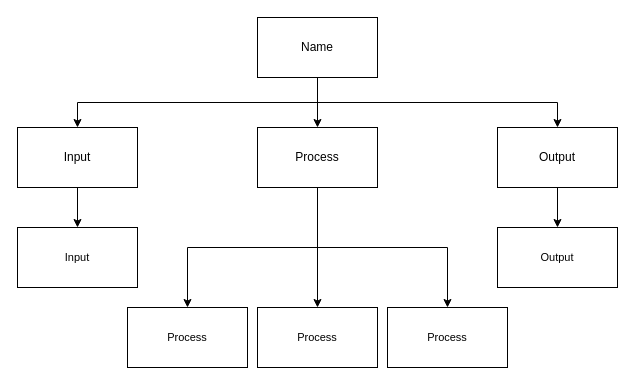
Above: design.drawio in Aleksandr-Ten/ICS3U-Assignment-3-Python (draw.io), before the change. Source tidied: cells renumbered, new cells numbered last; positions are measured from the earlier drawing's top-left corner, leaving out a move shared by most shapes. Both pictures are drawn from the tidied source at 100%, with x=0, y=0 at pixel (17, 17).
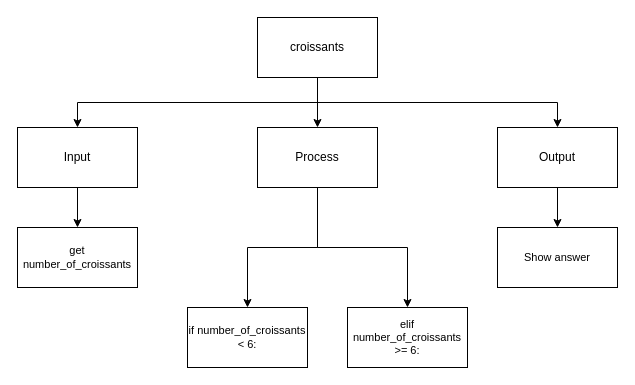
Above is the later version.

Diff of the diagram source:
```diff
@@
 <mxGraphModel>
   <root>
     <mxCell id="0" />
     <mxCell id="1" parent="0" />
     <mxCell id="2" style="edgeStyle=none;html=1;exitX=0.5;exitY=1;exitDx=0;exitDy=0;entryX=0.5;entryY=0;entryDx=0;entryDy=0;" parent="1" edge="1" source="5" target="9">
       <mxGeometry relative="1" as="geometry" />
     </mxCell>
     <mxCell id="3" style="edgeStyle=orthogonalEdgeStyle;html=1;exitX=0.5;exitY=1;exitDx=0;exitDy=0;entryX=0.5;entryY=0;entryDx=0;entryDy=0;rounded=0;" parent="1" edge="1" source="5" target="11">
       <mxGeometry relative="1" as="geometry" />
     </mxCell>
     <mxCell id="4" style="edgeStyle=orthogonalEdgeStyle;shape=connector;rounded=0;html=1;labelBackgroundColor=default;fontFamily=Helvetica;fontSize=11;fontColor=default;endArrow=classic;strokeColor=default;exitX=0.5;exitY=1;exitDx=0;exitDy=0;" parent="1" edge="1" source="5" target="13">
       <mxGeometry relative="1" as="geometry" />
     </mxCell>
-    <mxCell id="5" value="Name" style="rounded=0;whiteSpace=wrap;html=1;" parent="1" vertex="1">
+    <mxCell id="5" value="croissants" style="rounded=0;whiteSpace=wrap;html=1;" parent="1" vertex="1">
       <mxGeometry x="240" width="120" height="60" as="geometry" />
     </mxCell>
     <mxCell id="6" style="edgeStyle=orthogonalEdgeStyle;shape=connector;rounded=0;html=1;labelBackgroundColor=default;fontFamily=Helvetica;fontSize=11;fontColor=default;endArrow=classic;strokeColor=default;" parent="1" edge="1" source="9" target="16">
       <mxGeometry relative="1" as="geometry" />
     </mxCell>
     <mxCell id="7" style="edgeStyle=orthogonalEdgeStyle;shape=connector;rounded=0;html=1;exitX=0.5;exitY=1;exitDx=0;exitDy=0;labelBackgroundColor=default;fontFamily=Helvetica;fontSize=11;fontColor=default;endArrow=classic;strokeColor=default;" parent="1" edge="1" source="9" target="15">
       <mxGeometry relative="1" as="geometry" />
     </mxCell>
-    <mxCell id="8" style="edgeStyle=orthogonalEdgeStyle;shape=connector;rounded=0;html=1;exitX=0.5;exitY=1;exitDx=0;exitDy=0;labelBackgroundColor=default;fontFamily=Helvetica;fontSize=11;fontColor=default;endArrow=classic;strokeColor=default;" parent="1" edge="1" source="9" target="17">
-      <mxGeometry relative="1" as="geometry" />
-    </mxCell>
     <mxCell id="9" value="Process" style="rounded=0;whiteSpace=wrap;html=1;" parent="1" vertex="1">
       <mxGeometry x="240" y="110" width="120" height="60" as="geometry" />
     </mxCell>
     <mxCell id="10" style="edgeStyle=orthogonalEdgeStyle;shape=connector;rounded=0;html=1;exitX=0.5;exitY=1;exitDx=0;exitDy=0;labelBackgroundColor=default;fontFamily=Helvetica;fontSize=11;fontColor=default;endArrow=classic;strokeColor=default;" parent="1" edge="1" source="11" target="14">
       <mxGeometry relative="1" as="geometry" />
     </mxCell>
     <mxCell id="11" value="Input" style="rounded=0;whiteSpace=wrap;html=1;" parent="1" vertex="1">
       <mxGeometry y="110" width="120" height="60" as="geometry" />
     </mxCell>
     <mxCell id="12" style="edgeStyle=orthogonalEdgeStyle;shape=connector;rounded=0;html=1;labelBackgroundColor=default;fontFamily=Helvetica;fontSize=11;fontColor=default;endArrow=classic;strokeColor=default;" parent="1" edge="1" source="13" target="18">
       <mxGeometry relative="1" as="geometry" />
     </mxCell>
     <mxCell id="13" value="Output" style="rounded=0;whiteSpace=wrap;html=1;" parent="1" vertex="1">
       <mxGeometry x="480" y="110" width="120" height="60" as="geometry" />
     </mxCell>
-    <mxCell id="14" value="Input" style="rounded=0;whiteSpace=wrap;html=1;fontFamily=Helvetica;fontSize=11;fontColor=default;" parent="1" vertex="1">
+    <mxCell id="14" value="get number_of_croissants" style="rounded=0;whiteSpace=wrap;html=1;fontFamily=Helvetica;fontSize=11;fontColor=default;" parent="1" vertex="1">
       <mxGeometry y="210" width="120" height="60" as="geometry" />
     </mxCell>
-    <mxCell id="15" value="Process" style="rounded=0;whiteSpace=wrap;html=1;fontFamily=Helvetica;fontSize=11;fontColor=default;" parent="1" vertex="1">
-      <mxGeometry x="110" y="290" width="120" height="60" as="geometry" />
+    <mxCell id="15" value="if number_of_croissants &amp;lt; 6:" style="rounded=0;whiteSpace=wrap;html=1;fontFamily=Helvetica;fontSize=11;fontColor=default;" parent="1" vertex="1">
+      <mxGeometry x="170" y="290" width="120" height="60" as="geometry" />
     </mxCell>
-    <mxCell id="16" value="Process" style="rounded=0;whiteSpace=wrap;html=1;fontFamily=Helvetica;fontSize=11;fontColor=default;" parent="1" vertex="1">
-      <mxGeometry x="240" y="290" width="120" height="60" as="geometry" />
+    <mxCell id="16" value="elif number_of_croissants &amp;gt;= 6:" style="rounded=0;whiteSpace=wrap;html=1;fontFamily=Helvetica;fontSize=11;fontColor=default;" parent="1" vertex="1">
+      <mxGeometry x="330" y="290" width="120" height="60" as="geometry" />
     </mxCell>
-    <mxCell id="17" value="Process" style="rounded=0;whiteSpace=wrap;html=1;fontFamily=Helvetica;fontSize=11;fontColor=default;" parent="1" vertex="1">
-      <mxGeometry x="370" y="290" width="120" height="60" as="geometry" />
-    </mxCell>
-    <mxCell id="18" value="Output" style="rounded=0;whiteSpace=wrap;html=1;fontFamily=Helvetica;fontSize=11;fontColor=default;" parent="1" vertex="1">
+    <mxCell id="18" value="Show answer" style="rounded=0;whiteSpace=wrap;html=1;fontFamily=Helvetica;fontSize=11;fontColor=default;" parent="1" vertex="1">
       <mxGeometry x="480" y="210" width="120" height="60" as="geometry" />
     </mxCell>
   </root>
 </mxGraphModel>
```
